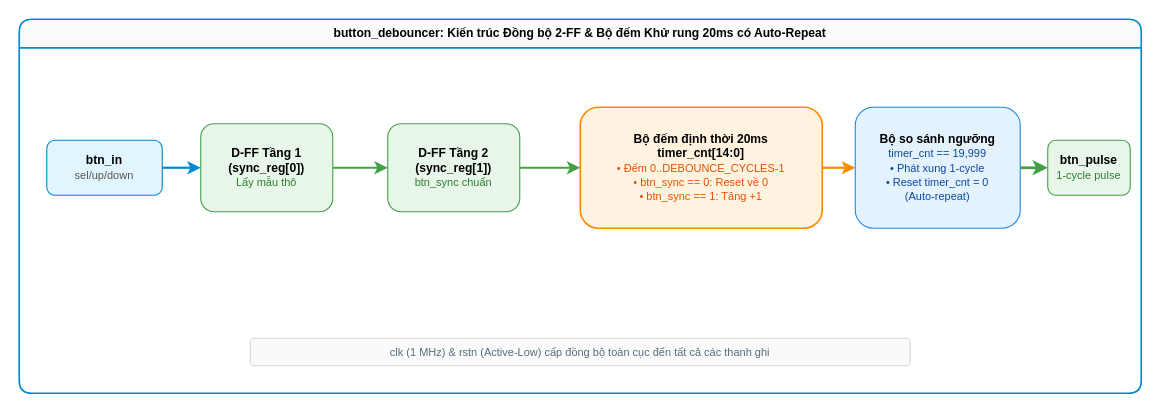
Earlier version of the draw.io diagram docs/diag_3_1_button_debouncer.drawio (ngobinh1/Digital_Clock). Source tidied: cells renumbered, new cells numbered last; positions are measured from the earlier drawing's top-left corner, leaving out a move shared by most shapes. Both pictures are drawn from the tidied source at 110%, with x=0, y=0 at pixel (19, 19).
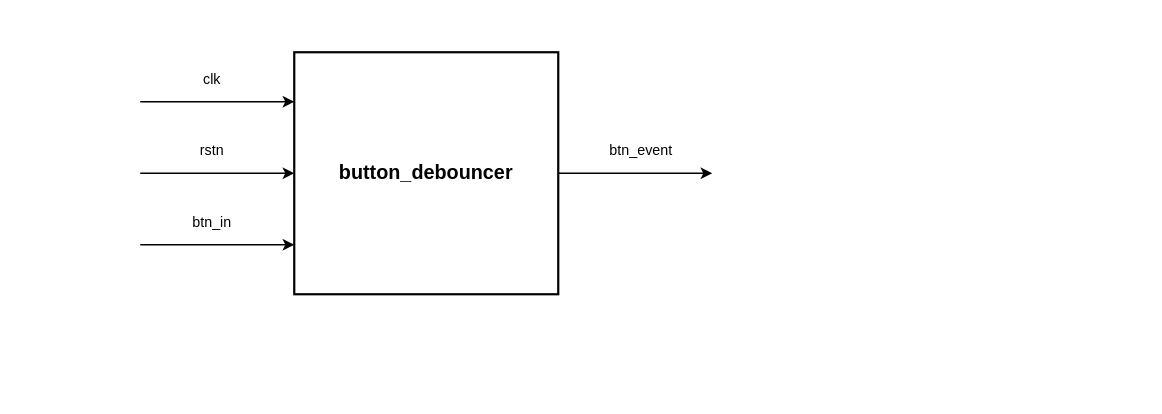
Above is the later version.

The edit, as a diff of the source:
```diff
@@
 <mxGraphModel>
   <root>
     <mxCell id="0" />
     <mxCell id="1" parent="0" />
-    <mxCell id="2" value="&lt;b&gt;button_debouncer: Kiến trúc Đồng bộ 2-FF &amp;amp; Bộ đếm Khử rung 20ms có Auto-Repeat&lt;/b&gt;" style="swimlane;whiteSpace=wrap;html=1;fillColor=#fcfcfc;strokeColor=#0288d1;strokeWidth=1.5;startSize=26;fontFamily=Helvetica;fontSize=11;rounded=1;" parent="1" vertex="1">
-      <mxGeometry width="1020" height="340" as="geometry" />
-    </mxCell>
-    <mxCell id="3" value="&lt;b&gt;btn_in&lt;/b&gt;&lt;br&gt;&lt;font color='#555' style='font-size:10px;'&gt;sel/up/down&lt;/font&gt;" style="rounded=1;whiteSpace=wrap;html=1;fillColor=#e1f5fe;strokeColor=#0288d1;fontSize=11;" parent="2" vertex="1">
-      <mxGeometry x="25" y="110" width="105" height="50" as="geometry" />
-    </mxCell>
-    <mxCell id="4" value="&lt;b&gt;D-FF Tầng 1&lt;/b&gt;&lt;br&gt;&lt;b&gt;(sync_reg[0])&lt;/b&gt;&lt;br&gt;&lt;font color='#2e7d32' style='font-size:10px;'&gt;Lấy mẫu thô&lt;/font&gt;" style="rounded=1;whiteSpace=wrap;html=1;fillColor=#e8f5e9;strokeColor=#43a047;fontSize=11;" parent="2" vertex="1">
-      <mxGeometry x="165" y="95" width="120" height="80" as="geometry" />
-    </mxCell>
-    <mxCell id="5" value="&lt;b&gt;D-FF Tầng 2&lt;/b&gt;&lt;br&gt;&lt;b&gt;(sync_reg[1])&lt;/b&gt;&lt;br&gt;&lt;font color='#2e7d32' style='font-size:10px;'&gt;btn_sync chuẩn&lt;/font&gt;" style="rounded=1;whiteSpace=wrap;html=1;fillColor=#e8f5e9;strokeColor=#43a047;fontSize=11;" parent="2" vertex="1">
-      <mxGeometry x="335" y="95" width="120" height="80" as="geometry" />
-    </mxCell>
-    <mxCell id="6" value="&lt;b&gt;Bộ đếm định thời 20ms&lt;/b&gt;&lt;br&gt;&lt;b&gt;timer_cnt[14:0]&lt;/b&gt;&lt;br&gt;&lt;font color='#e65100' style='font-size:10px;'&gt;• Đếm 0..DEBOUNCE_CYCLES-1&lt;br&gt;• btn_sync == 0: Reset về 0&lt;br&gt;• btn_sync == 1: Tăng +1&lt;/font&gt;" style="rounded=1;whiteSpace=wrap;html=1;fillColor=#fff3e0;strokeColor=#fb8c00;strokeWidth=1.5;fontSize=11;" parent="2" vertex="1">
-      <mxGeometry x="510" y="80" width="220" height="110" as="geometry" />
-    </mxCell>
-    <mxCell id="7" value="&lt;b&gt;Bộ so sánh ngưỡng&lt;/b&gt;&lt;br&gt;&lt;font color='#0d47a1' style='font-size:10px;'&gt;timer_cnt == 19,999&lt;br&gt;• Phát xung 1-cycle&lt;br&gt;• Reset timer_cnt = 0&lt;br&gt;(Auto-repeat)&lt;/font&gt;" style="rounded=1;whiteSpace=wrap;html=1;fillColor=#e3f2fd;strokeColor=#1e88e5;fontSize=11;" parent="2" vertex="1">
-      <mxGeometry x="760" y="80" width="150" height="110" as="geometry" />
-    </mxCell>
-    <mxCell id="8" value="&lt;b&gt;btn_pulse&lt;/b&gt;&lt;br&gt;&lt;font color='#2e7d32' style='font-size:10px;'&gt;1-cycle pulse&lt;/font&gt;" style="rounded=1;whiteSpace=wrap;html=1;fillColor=#e8f5e9;strokeColor=#43a047;fontSize=11;" parent="2" vertex="1">
-      <mxGeometry x="935" y="110" width="75" height="50" as="geometry" />
-    </mxCell>
-    <mxCell id="9" style="edgeStyle=orthogonalEdgeStyle;rounded=0;html=1;strokeColor=#0288d1;strokeWidth=2;" parent="2" edge="1" source="3" target="4">
-      <mxGeometry relative="1" as="geometry" />
-    </mxCell>
-    <mxCell id="10" style="edgeStyle=orthogonalEdgeStyle;rounded=0;html=1;strokeColor=#43a047;strokeWidth=2;" parent="2" edge="1" source="4" target="5">
-      <mxGeometry relative="1" as="geometry" />
-    </mxCell>
-    <mxCell id="11" style="edgeStyle=orthogonalEdgeStyle;rounded=0;html=1;strokeColor=#43a047;strokeWidth=2;" parent="2" edge="1" source="5" target="6">
-      <mxGeometry relative="1" as="geometry" />
-    </mxCell>
-    <mxCell id="12" style="edgeStyle=orthogonalEdgeStyle;rounded=0;html=1;strokeColor=#fb8c00;strokeWidth=2;" parent="2" edge="1" source="6" target="7">
-      <mxGeometry relative="1" as="geometry" />
-    </mxCell>
-    <mxCell id="13" style="edgeStyle=orthogonalEdgeStyle;rounded=0;html=1;strokeColor=#43a047;strokeWidth=2.5;" parent="2" edge="1" source="7" target="8">
-      <mxGeometry relative="1" as="geometry" />
-    </mxCell>
-    <mxCell id="14" value="clk (1 MHz) &amp;amp; rstn (Active-Low) cấp đồng bộ toàn cục đến tất cả các thanh ghi" style="rounded=1;whiteSpace=wrap;html=1;fillColor=#fafafa;strokeColor=#cfd8dc;fontColor=#546e7a;fontSize=10;" parent="2" vertex="1">
-      <mxGeometry x="210" y="290" width="600" height="25" as="geometry" />
-    </mxCell>
+    <mxCell id="15" value="button_debouncer" style="rounded=0;whiteSpace=wrap;html=1;fillColor=#ffffff;strokeColor=#000000;strokeWidth=2;fontFamily=Helvetica;fontSize=18;fontStyle=1;fontColor=#000000;align=center;verticalAlign=middle;" parent="1" vertex="1">
+      <mxGeometry x="250" y="30" width="240" height="220" as="geometry" />
+    </mxCell>
+    <mxCell id="16" value="clk" style="text;html=1;align=center;verticalAlign=bottom;fontSize=13;fontFamily=Helvetica;fontColor=#000000;" parent="1" vertex="1">
+      <mxGeometry x="110" y="45" width="130" height="20" as="geometry" />
+    </mxCell>
+    <mxCell id="17" style="edgeStyle=orthogonalEdgeStyle;rounded=0;orthogonalLoop=1;jettySize=auto;html=1;strokeColor=#000000;strokeWidth=1.5;endArrow=classic;endFill=1;" parent="1" edge="1">
+      <mxGeometry relative="1" as="geometry">
+        <mxPoint x="110" y="75" as="sourcePoint" />
+        <mxPoint x="250" y="75" as="targetPoint" />
+      </mxGeometry>
+    </mxCell>
+    <mxCell id="18" value="rstn" style="text;html=1;align=center;verticalAlign=bottom;fontSize=13;fontFamily=Helvetica;fontColor=#000000;" parent="1" vertex="1">
+      <mxGeometry x="110" y="110" width="130" height="20" as="geometry" />
+    </mxCell>
+    <mxCell id="19" style="edgeStyle=orthogonalEdgeStyle;rounded=0;orthogonalLoop=1;jettySize=auto;html=1;strokeColor=#000000;strokeWidth=1.5;endArrow=classic;endFill=1;" parent="1" edge="1">
+      <mxGeometry relative="1" as="geometry">
+        <mxPoint x="110" y="140" as="sourcePoint" />
+        <mxPoint x="250" y="140" as="targetPoint" />
+      </mxGeometry>
+    </mxCell>
+    <mxCell id="20" value="btn_in" style="text;html=1;align=center;verticalAlign=bottom;fontSize=13;fontFamily=Helvetica;fontColor=#000000;" parent="1" vertex="1">
+      <mxGeometry x="110" y="175" width="130" height="20" as="geometry" />
+    </mxCell>
+    <mxCell id="21" style="edgeStyle=orthogonalEdgeStyle;rounded=0;orthogonalLoop=1;jettySize=auto;html=1;strokeColor=#000000;strokeWidth=1.5;endArrow=classic;endFill=1;" parent="1" edge="1">
+      <mxGeometry relative="1" as="geometry">
+        <mxPoint x="110" y="205" as="sourcePoint" />
+        <mxPoint x="250" y="205" as="targetPoint" />
+      </mxGeometry>
+    </mxCell>
+    <mxCell id="22" value="btn_event" style="text;html=1;align=center;verticalAlign=bottom;fontSize=13;fontFamily=Helvetica;fontColor=#000000;" parent="1" vertex="1">
+      <mxGeometry x="500" y="110" width="130" height="20" as="geometry" />
+    </mxCell>
+    <mxCell id="23" style="edgeStyle=orthogonalEdgeStyle;rounded=0;orthogonalLoop=1;jettySize=auto;html=1;strokeColor=#000000;strokeWidth=1.5;endArrow=classic;endFill=1;" parent="1" edge="1">
+      <mxGeometry relative="1" as="geometry">
+        <mxPoint x="490" y="140" as="sourcePoint" />
+        <mxPoint x="630" y="140" as="targetPoint" />
+      </mxGeometry>
+    </mxCell>
   </root>
 </mxGraphModel>
```
